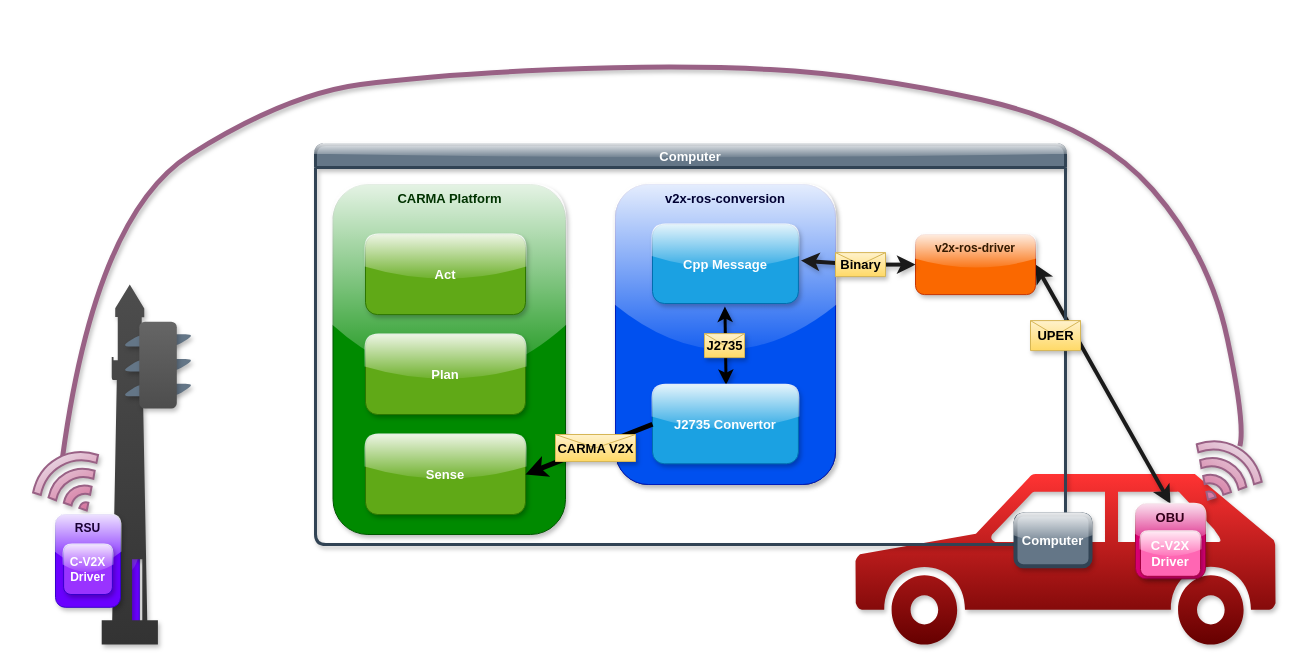
Before: diagram.drawio in usdot-fhwa-stol/v2x-ros-conversion, a draw.io diagram. Source tidied: cells renumbered, new cells numbered last; positions are measured from the earlier drawing's top-left corner, leaving out a move shared by most shapes. Both pictures are drawn from the tidied source at 100%, with x=0, y=0 at pixel (34, 64).
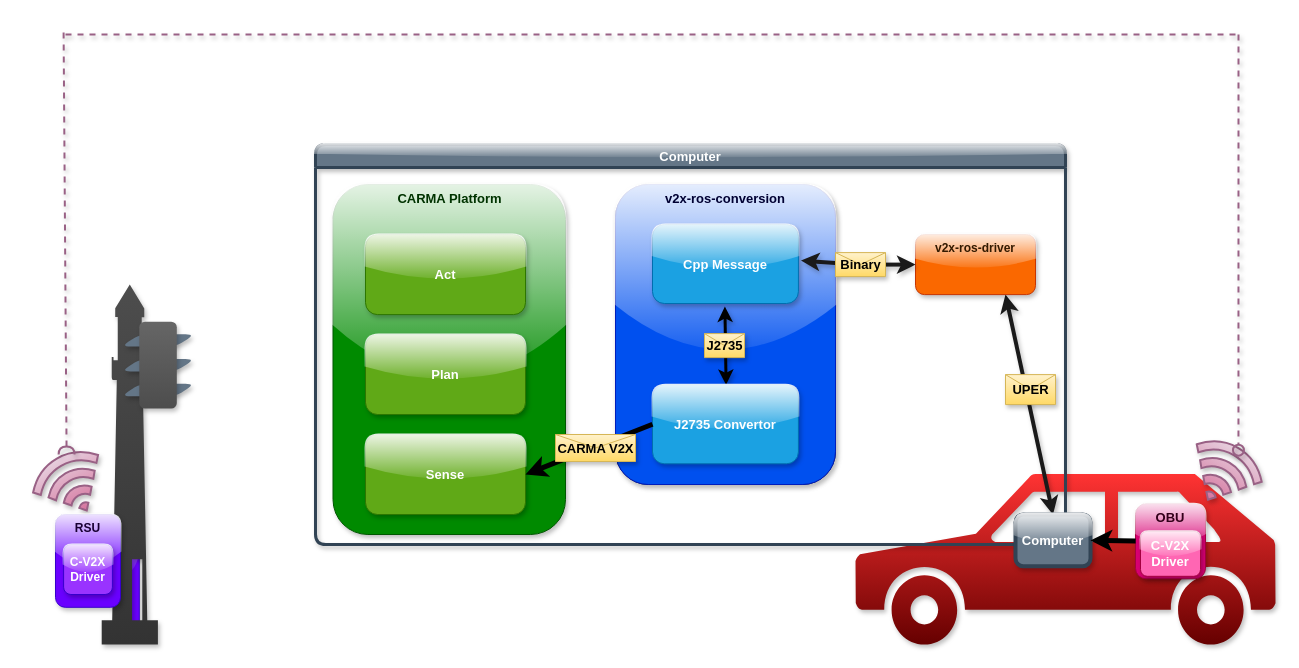
After the change.

Unchanged cells that the change refers to:
```xml
<mxCell id="3" style="html=1;verticalLabelPosition=bottom;align=center;labelBackgroundColor=#ffffff;verticalAlign=top;strokeWidth=2;strokeColor=#996185;shadow=1;dashed=0;shape=mxgraph.ios7.icons.wifi;fillColor=#e6d0de;gradientColor=#d5739d;rotation=-30;" parent="1" vertex="1">
  <mxGeometry x="-0.2" y="390" width="75" height="60" as="geometry" />
</mxCell>
<mxCell id="12" style="endArrow=classic;html=1;entryX=0.874;entryY=0.035;entryDx=0;entryDy=0;exitX=0.864;exitY=0.966;exitDx=0;exitDy=0;fillColor=#d80073;strokeColor=#000000;exitPerimeter=0;entryPerimeter=0;fontStyle=1;fontSize=13;fontColor=#000000;startArrow=classic;startFill=1;shadow=1;rounded=0;curved=0;strokeWidth=3;endSize=6;" parent="9" edge="1">
  <mxGeometry relative="1" as="geometry">
    <mxPoint x="109.4" y="122.1" as="sourcePoint" />
    <mxPoint x="110.6" y="200.3" as="targetPoint" />
  </mxGeometry>
</mxCell>
<mxCell id="19" value="&lt;font style=&quot;color: rgb(51, 26, 0);&quot;&gt;v2x-ros-driver&lt;/font&gt;" style="rounded=1;whiteSpace=wrap;html=1;fillColor=#fa6800;strokeColor=#C73500;glass=1;fontStyle=1;fontColor=#000000;labelBorderColor=none;labelBackgroundColor=none;verticalAlign=top;shadow=1;" parent="8" vertex="1">
  <mxGeometry x="600" y="90.1" width="120" height="60" as="geometry" />
</mxCell>
<mxCell id="27" value="&lt;font style=&quot;color: rgb(51, 0, 26);&quot;&gt;OBU&lt;/font&gt;" style="rounded=1;whiteSpace=wrap;html=1;fillColor=#d80073;strokeColor=#A50040;gradientDirection=south;strokeWidth=1;glass=1;verticalAlign=top;fontColor=#000000;fontStyle=1;fontSize=13;shadow=1;" parent="1" vertex="1">
  <mxGeometry x="1101" y="439.3" width="70" height="75" as="geometry" />
</mxCell>
<mxCell id="33" value="&lt;font style=&quot;color: rgb(255, 255, 255);&quot;&gt;Computer&lt;/font&gt;" style="rounded=1;whiteSpace=wrap;html=1;fillColor=#647687;strokeColor=#314354;gradientDirection=south;strokeWidth=4;glass=1;verticalAlign=middle;fontColor=#000000;fontStyle=1;fontSize=13;shadow=1;" parent="1" vertex="1">
  <mxGeometry x="981" y="450" width="75" height="51.8" as="geometry" />
</mxCell>
<mxCell id="36" style="html=1;verticalLabelPosition=bottom;align=center;labelBackgroundColor=#ffffff;verticalAlign=top;strokeWidth=2;strokeColor=#996185;shadow=1;dashed=0;shape=mxgraph.ios7.icons.wifi;fillColor=#e6d0de;gradientColor=#d5739d;rotation=30;" parent="1" vertex="1">
  <mxGeometry x="1151" y="379.3" width="75" height="60" as="geometry" />
</mxCell>
```

What changed in the source:
```diff
@@
-    <mxCell id="2" style="endArrow=none;startArrow=none;html=1;strokeWidth=5;flowAnimation=1;startFill=0;entryX=0.51;entryY=-0.039;entryDx=0;entryDy=0;entryPerimeter=0;rounded=0;curved=1;endFill=0;exitX=0.578;exitY=0.024;exitDx=0;exitDy=0;exitPerimeter=0;fillColor=#e6d0de;gradientColor=#d5739d;strokeColor=#996185;shadow=1;" parent="1" edge="1" source="3" target="36">
-      <mxGeometry relative="1" as="geometry">
-        <Array as="points">
-          <mxPoint x="61" y="150" />
-          <mxPoint x="251" y="30" />
-          <mxPoint x="401" y="10" />
-          <mxPoint x="641" />
-          <mxPoint x="831" y="10" />
-          <mxPoint x="1061" y="60" />
-          <mxPoint x="1175" y="190" />
-          <mxPoint x="1211" y="360" />
-        </Array>
-      </mxGeometry>
-    </mxCell>
+    <mxCell id="4" style="shape=mxgraph.signs.transportation.car_3;html=1;fillColor=#660000;strokeColor=none;verticalLabelPosition=bottom;verticalAlign=top;align=center;fontColor=#ffffff;gradientColor=#FF3333;shadow=1;gradientDirection=north;" parent="1" vertex="1">
+      <mxGeometry x="821" y="409.3" width="420" height="170.7" as="geometry" />
+    </mxCell>
@@
-    <mxCell id="4" style="shape=mxgraph.signs.transportation.car_3;html=1;fillColor=#660000;strokeColor=none;verticalLabelPosition=bottom;verticalAlign=top;align=center;fontColor=#ffffff;gradientColor=#FF3333;shadow=1;gradientDirection=north;" parent="1" vertex="1">
-      <mxGeometry x="821" y="409.3" width="420" height="170.7" as="geometry" />
-    </mxCell>
-    <mxCell id="5" style="endArrow=classic;html=1;fillColor=#cdeb8b;strokeColor=#1A1A1A;fontStyle=1;fontSize=13;fontColor=#000000;textShadow=1;strokeWidth=4;endFill=1;rounded=0;curved=0;startArrow=classic;startFill=1;entryX=1;entryY=0.5;entryDx=0;entryDy=0;exitX=0.5;exitY=0;exitDx=0;exitDy=0;shadow=1;" parent="1" edge="1" source="27" target="19">
+    <mxCell id="5" style="endArrow=classic;html=1;fillColor=#cdeb8b;strokeColor=#1A1A1A;fontStyle=1;fontSize=13;fontColor=#000000;textShadow=1;strokeWidth=4;endFill=1;rounded=0;curved=0;startArrow=classic;startFill=1;entryX=0.75;entryY=1;entryDx=0;entryDy=0;exitX=0.5;exitY=0;exitDx=0;exitDy=0;shadow=1;" parent="1" edge="1" source="33" target="19">
       <mxGeometry relative="1" as="geometry" />
     </mxCell>
@@
+    <mxCell id="14" value="J2735" style="shape=message;html=1;fillColor=#fff2cc;strokeColor=#d6b656;shadow=1;gradientColor=#ffd966;fontSize=13;fontStyle=1;fontColor=#000000;" parent="12" vertex="1">
+      <mxGeometry width="40" height="24" relative="1" as="geometry">
+        <mxPoint x="-21" y="-12" as="offset" />
+      </mxGeometry>
+    </mxCell>
     <mxCell id="13" value="UPER" style="shape=message;html=1;fillColor=#fff2cc;strokeColor=#d6b656;shadow=1;gradientColor=#ffd966;fontSize=13;fontStyle=1;fontColor=#000000;" parent="12" vertex="1">
       <mxGeometry width="50" height="30" relative="1" as="geometry">
-        <mxPoint x="305" y="-25" as="offset" />
+        <mxPoint x="280" y="29" as="offset" />
       </mxGeometry>
     </mxCell>
-    <mxCell id="14" value="J2735" style="shape=message;html=1;fillColor=#fff2cc;strokeColor=#d6b656;shadow=1;gradientColor=#ffd966;fontSize=13;fontStyle=1;fontColor=#000000;" parent="12" vertex="1">
-      <mxGeometry width="40" height="24" relative="1" as="geometry">
-        <mxPoint x="-21" y="-12" as="offset" />
-      </mxGeometry>
-    </mxCell>
@@
+    <mxCell id="37" style="edgeStyle=none;html=1;exitX=1;exitY=0.5;exitDx=0;exitDy=0;entryX=0.667;entryY=0.393;entryDx=0;entryDy=0;entryPerimeter=0;strokeWidth=5;startArrow=classic;startFill=1;endArrow=none;endFill=0;" parent="1" edge="1" source="33" target="4">
+      <mxGeometry relative="1" as="geometry" />
+    </mxCell>
+    <mxCell id="38" style="endArrow=none;dashed=1;html=1;strokeWidth=2;flowAnimation=1;fillColor=#e6d0de;gradientColor=#d5739d;strokeColor=#996185;shadow=1;" parent="1" edge="1">
+      <mxGeometry relative="1" as="geometry">
+        <mxPoint x="31" y="-30" as="sourcePoint" />
+        <mxPoint x="1201" y="-30" as="targetPoint" />
+      </mxGeometry>
+    </mxCell>
+    <mxCell id="39" style="endArrow=none;dashed=1;html=1;strokeWidth=2;flowAnimation=1;exitX=0.523;exitY=0.009;exitDx=0;exitDy=0;exitPerimeter=0;shadow=1;fillColor=#e6d0de;strokeColor=#996185;gradientColor=#d5739d;endFill=0;startArrow=halfCircle;startFill=0;endSize=0;startSize=5;" parent="1" edge="1">
+      <mxGeometry relative="1" as="geometry">
+        <mxPoint x="32.1" y="390" as="sourcePoint" />
+        <mxPoint x="29.1" y="-33.6" as="targetPoint" />
+      </mxGeometry>
+    </mxCell>
+    <mxCell id="40" style="endArrow=oval;dashed=1;html=1;strokeWidth=2;flowAnimation=1;entryX=0.521;entryY=0.03;entryDx=0;entryDy=0;entryPerimeter=0;fillColor=#e6d0de;gradientColor=#d5739d;strokeColor=#996185;shadow=1;endFill=0;startSize=9;endSize=11;" parent="1" edge="1" target="36">
+      <mxGeometry relative="1" as="geometry">
+        <mxPoint x="1204" y="-30" as="sourcePoint" />
+      </mxGeometry>
+    </mxCell>
```
